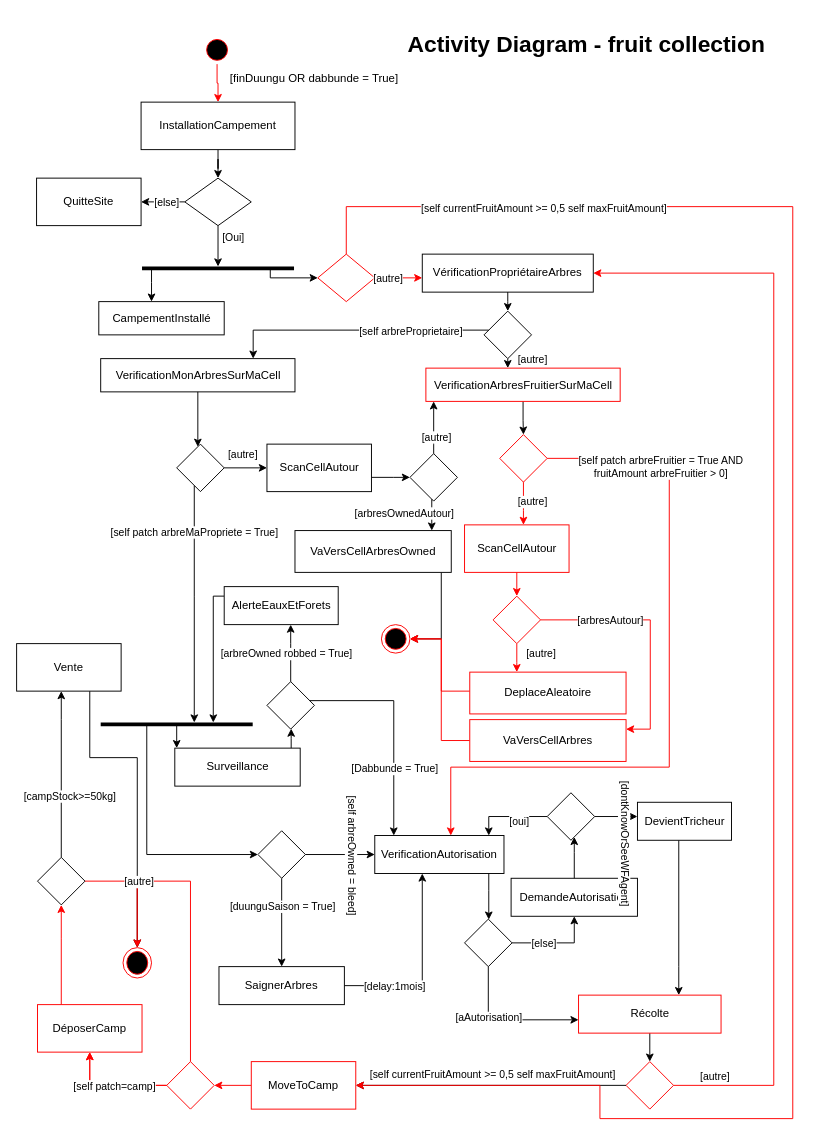
Before: page "Fruit_collect" (7 of 8) of DundiV0.drawio in panchovdl/DundiModel, a draw.io diagram. Source tidied: cells renumbered, new cells numbered last; positions are measured from the earlier drawing's top-left corner, leaving out a move shared by most shapes. Both pictures are drawn from the tidied source at 95%, with x=0, y=0 at pixel (16, 26).
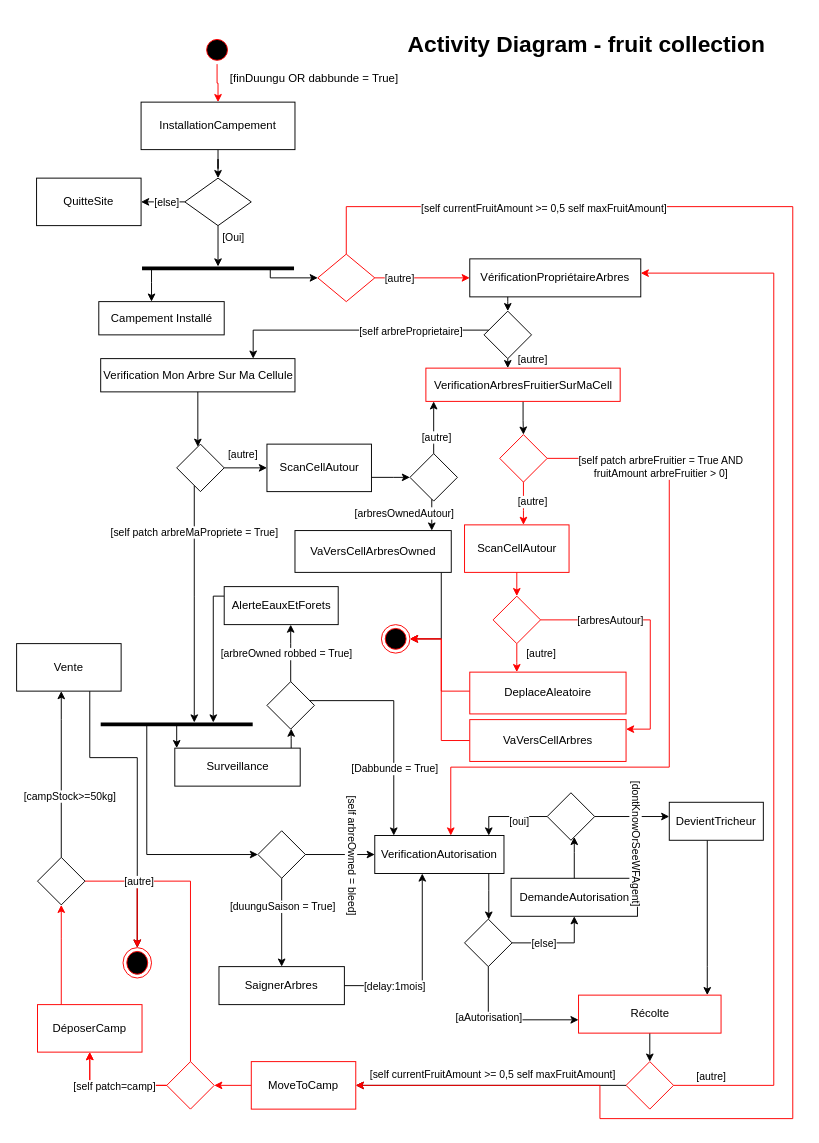
The same page after the edit.

Commit message:
Mettre à jour DundiV0.drawio

Unchanged cells that the change refers to:
```xml
<mxCell id="14" value="Récolte" style="html=1;whiteSpace=wrap;strokeColor=#FF0000;" parent="1" vertex="1">
  <mxGeometry x="591.5" y="1020" width="150" height="40" as="geometry" />
</mxCell>
```

Diff of the diagram source:
```diff
@@
-    <mxCell id="38" style="edgeStyle=orthogonalEdgeStyle;rounded=0;jettySize=auto;html=1;" parent="1" edge="1" source="41" target="14">
+    <mxCell id="38" style="edgeStyle=orthogonalEdgeStyle;rounded=0;orthogonalLoop=1;jettySize=auto;html=1;" parent="1" edge="1">
       <mxGeometry relative="1" as="geometry">
+        <mxPoint x="727" y="857" as="sourcePoint" />
+        <mxPoint x="727" y="1020" as="targetPoint" />
         <Array as="points">
-          <mxPoint x="697" y="990" />
-          <mxPoint x="697" y="990" />
+          <mxPoint x="727" y="990" />
+          <mxPoint x="727" y="990" />
         </Array>
       </mxGeometry>
     </mxCell>
@@
     <mxCell id="41" value="DevientTricheur" style="html=1;whiteSpace=wrap;" parent="1" vertex="1">
-      <mxGeometry x="653.5" y="817" width="99" height="40" as="geometry" />
+      <mxGeometry x="687" y="817" width="99" height="40" as="geometry" />
     </mxCell>
@@
-    <mxCell id="44" value="CampementInstallé" style="html=1;whiteSpace=wrap;" parent="1" vertex="1">
+    <mxCell id="44" value="Campement Installé" style="html=1;whiteSpace=wrap;" parent="1" vertex="1">
       <mxGeometry x="86.5" y="290" width="132" height="35" as="geometry" />
     </mxCell>
-    <mxCell id="45" value="VerificationMonArbresSurMaCell" style="html=1;whiteSpace=wrap;" parent="1" vertex="1">
+    <mxCell id="45" value="Verification Mon Arbre Sur Ma Cellule" style="html=1;whiteSpace=wrap;" parent="1" vertex="1">
       <mxGeometry x="88.5" y="350" width="204.5" height="35" as="geometry" />
     </mxCell>
@@
     <mxCell id="95" value="VérificationPropriétaireArbres" style="html=1;whiteSpace=wrap;" parent="1" vertex="1">
-      <mxGeometry x="427" y="240" width="180" height="40" as="geometry" />
+      <mxGeometry x="477" y="245" width="180" height="40" as="geometry" />
     </mxCell>
```
